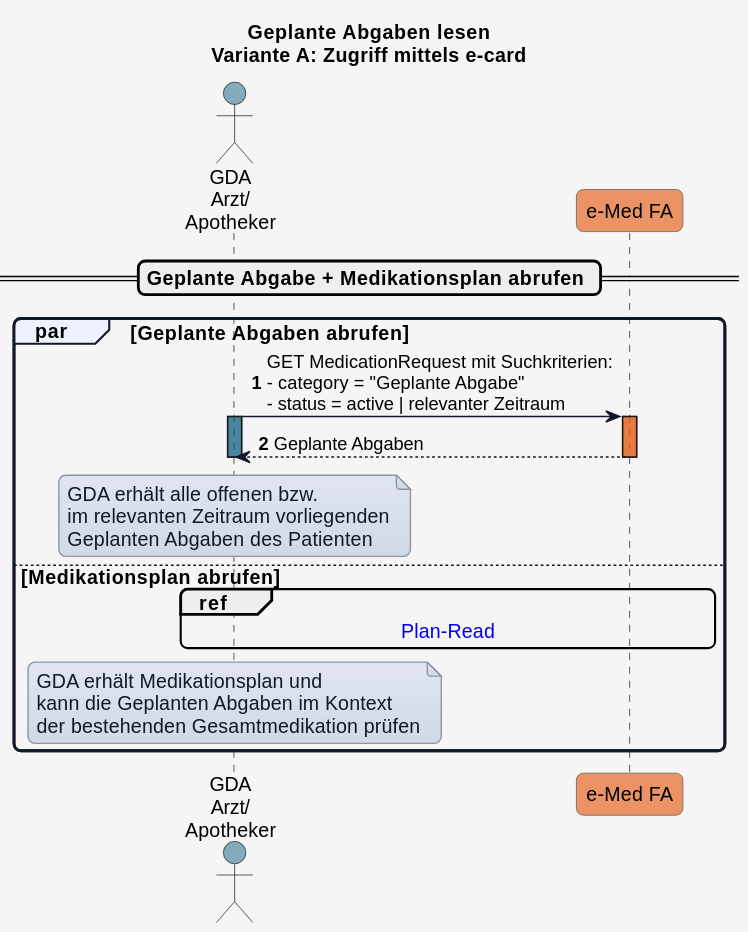
Above: input/images/plantuml/UC_eMed_07_01_a.svg in HL7Austria/ELGA-e-Medikation-R4 (PlantUML), before the change.
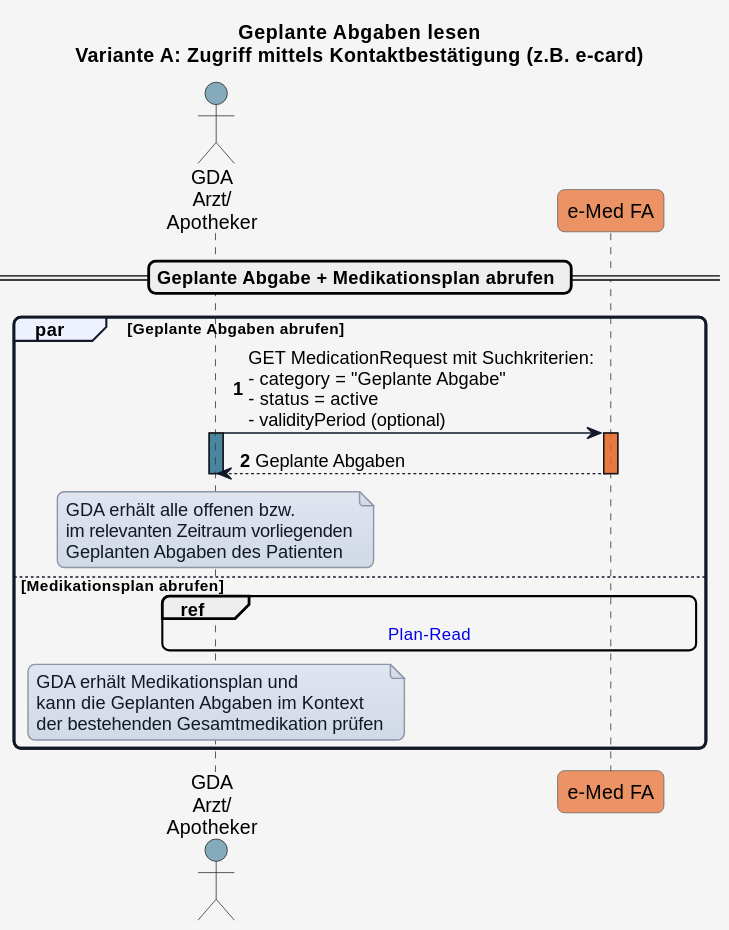
The same diagram one commit later.

Change to the diagram source:
```diff
@@ -1,5 +1,5 @@
 @startuml
-title Geplante Abgaben lesen\nVariante A: Zugriff mittels e-card
+title Geplante Abgaben lesen\nVariante A: Zugriff mittels Kontaktbestätigung (z.B. e-card)
 
 
 skinparam borderColor #000000
@@ -7,7 +7,6 @@
 skinparam shadowing false
 skinparam roundCorner 10
 skinparam defaultFontName "Arial"
-skinparam defaultFontSize 14
 skinparam defaultFontColor #000000
 skinparam HyperlinkColor #0000EE
 skinparam HyperlinkUnderline false
@@ -57,7 +56,7 @@
 
 
 par Geplante Abgaben abrufen
-  GDA_1 -> eMed_FA: GET MedicationRequest mit Suchkriterien:\n- category = "Geplante Abgabe"\n- status = active | relevanter Zeitraum
+  GDA_1 -> eMed_FA: GET MedicationRequest mit Suchkriterien:\n- category = "Geplante Abgabe"\n- status = active\n- validityPeriod (optional)
   activate GDA_1 COLOR_GDA_1
   activate eMed_FA COLOR_EMED_FA
   eMed_FA --> GDA_1: Geplante Abgaben
```
